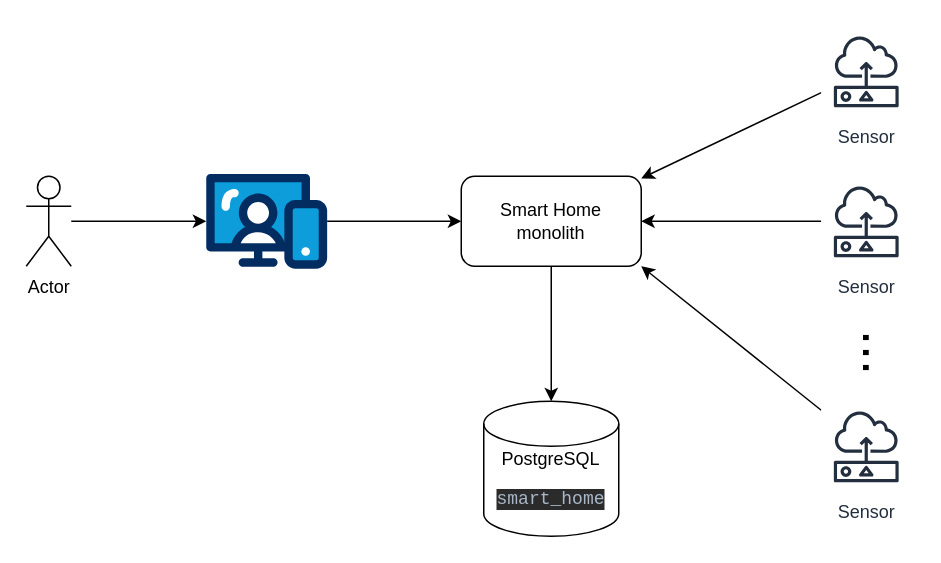
This is docs/smart-home-monolith-architecture-subtask-1-1.drawio from vskurikhin/architecture-sprint-3, a draw.io file, before an edit. Source tidied: cells renumbered, new cells numbered last; positions are measured from the earlier drawing's top-left corner, leaving out a move shared by most shapes. Both pictures are drawn from the tidied source at 150%, with x=0, y=0 at pixel (26, 26).
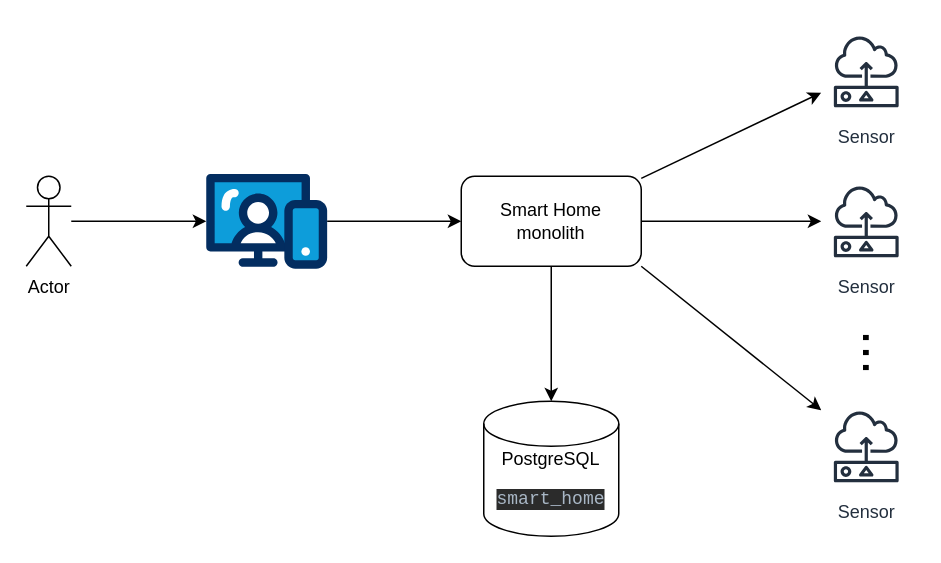
The same diagram, later.

The edit, as a diff of the source:
```diff
@@
 <mxGraphModel>
   <root>
     <mxCell id="0" />
     <mxCell id="1" parent="0" />
     <mxCell id="2" value="PostgreSQL&lt;br&gt;&lt;pre style=&quot;background-color:#2b2b2b;color:#a9b7c6;font-family:'JetBrains Mono',monospace;font-size:10,5pt;&quot;&gt;smart_home&lt;/pre&gt;" style="shape=cylinder3;whiteSpace=wrap;html=1;boundedLbl=1;backgroundOutline=1;size=15;" parent="1" vertex="1">
       <mxGeometry x="305" y="250" width="90" height="90" as="geometry" />
     </mxCell>
     <mxCell id="3" style="edgeStyle=orthogonalEdgeStyle;rounded=0;jettySize=auto;html=1;" parent="1" edge="1" source="4" target="2">
       <mxGeometry relative="1" as="geometry" />
     </mxCell>
     <mxCell id="4" value="Smart Home&lt;br&gt;monolith" style="rounded=1;whiteSpace=wrap;html=1;" parent="1" vertex="1">
       <mxGeometry x="290" y="100" width="120" height="60" as="geometry" />
     </mxCell>
     <mxCell id="5" style="edgeStyle=orthogonalEdgeStyle;rounded=0;jettySize=auto;html=1;" parent="1" edge="1" source="6" target="8">
       <mxGeometry relative="1" as="geometry" />
     </mxCell>
     <mxCell id="6" value="Actor" style="shape=umlActor;verticalLabelPosition=bottom;verticalAlign=top;html=1;outlineConnect=0;" parent="1" vertex="1">
       <mxGeometry y="100" width="30" height="60" as="geometry" />
     </mxCell>
     <mxCell id="7" style="edgeStyle=orthogonalEdgeStyle;rounded=0;jettySize=auto;html=1;entryX=0;entryY=0.5;entryDx=0;entryDy=0;" parent="1" edge="1" source="8" target="4">
       <mxGeometry relative="1" as="geometry" />
     </mxCell>
     <mxCell id="8" style="verticalLabelPosition=bottom;html=1;shape=mxgraph.salesforce.web;" parent="1" vertex="1">
       <mxGeometry x="120" y="98.2" width="80.6" height="63.7" as="geometry" />
     </mxCell>
-    <mxCell id="9" style="rounded=0;jettySize=auto;html=1;" parent="1" edge="1" source="10" target="4">
+    <mxCell id="9" style="rounded=0;jettySize=auto;html=1;startArrow=classic;startFill=1;endArrow=none;endFill=0;" parent="1" edge="1" source="10" target="4">
       <mxGeometry relative="1" as="geometry" />
     </mxCell>
     <mxCell id="10" value="Sensor" style="sketch=0;outlineConnect=0;fontColor=#232F3E;gradientColor=none;strokeColor=#232F3E;fillColor=#ffffff;dashed=0;verticalLabelPosition=bottom;verticalAlign=top;align=center;html=1;fontSize=12;fontStyle=0;shape=mxgraph.aws4.resourceIcon;resIcon=mxgraph.aws4.sensor;fontFamily=Helvetica;" parent="1" vertex="1">
       <mxGeometry x="530" width="60" height="60" as="geometry" />
     </mxCell>
-    <mxCell id="11" style="edgeStyle=orthogonalEdgeStyle;rounded=0;jettySize=auto;html=1;" parent="1" edge="1" source="12" target="4">
+    <mxCell id="11" style="edgeStyle=orthogonalEdgeStyle;rounded=0;jettySize=auto;html=1;startArrow=classic;startFill=1;endArrow=none;endFill=0;" parent="1" edge="1" source="12" target="4">
       <mxGeometry relative="1" as="geometry" />
     </mxCell>
     <mxCell id="12" value="Sensor" style="sketch=0;outlineConnect=0;fontColor=#232F3E;gradientColor=none;strokeColor=#232F3E;fillColor=#ffffff;dashed=0;verticalLabelPosition=bottom;verticalAlign=top;align=center;html=1;fontSize=12;fontStyle=0;shape=mxgraph.aws4.resourceIcon;resIcon=mxgraph.aws4.sensor;fontFamily=Helvetica;" parent="1" vertex="1">
       <mxGeometry x="530" y="100" width="60" height="60" as="geometry" />
     </mxCell>
-    <mxCell id="13" style="rounded=0;jettySize=auto;html=1;entryX=1;entryY=1;entryDx=0;entryDy=0;" parent="1" edge="1" source="14" target="4">
+    <mxCell id="13" style="rounded=0;jettySize=auto;html=1;entryX=1;entryY=1;entryDx=0;entryDy=0;startArrow=classic;startFill=1;endArrow=none;endFill=0;" parent="1" edge="1" source="14" target="4">
       <mxGeometry relative="1" as="geometry" />
     </mxCell>
     <mxCell id="14" value="Sensor" style="sketch=0;outlineConnect=0;fontColor=#232F3E;gradientColor=none;strokeColor=#232F3E;fillColor=#ffffff;dashed=0;verticalLabelPosition=bottom;verticalAlign=top;align=center;html=1;fontSize=12;fontStyle=0;shape=mxgraph.aws4.resourceIcon;resIcon=mxgraph.aws4.sensor;fontFamily=Helvetica;" parent="1" vertex="1">
       <mxGeometry x="530" y="250" width="60" height="60" as="geometry" />
     </mxCell>
     <mxCell id="15" value="..." style="text;html=1;align=center;verticalAlign=middle;whiteSpace=wrap;rounded=0;rotation=90;fontSize=36;" parent="1" vertex="1">
       <mxGeometry x="541" y="203" width="60" height="30" as="geometry" />
     </mxCell>
   </root>
 </mxGraphModel>
```
